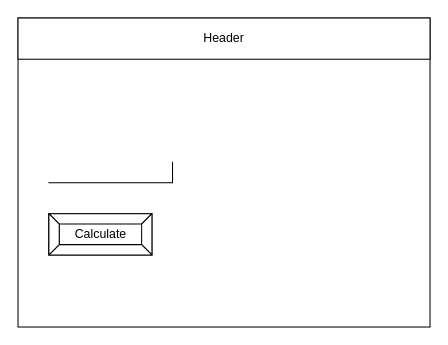
This is design/story-board.drawio from Ali-Mugamai/ICS20-A5-JS, a draw.io file, before an edit. Source tidied: cells renumbered, new cells numbered last; positions are measured from the earlier drawing's top-left corner, leaving out a move shared by most shapes. Both pictures are drawn from the tidied source at 103%, with x=0, y=0 at pixel (18, 18).
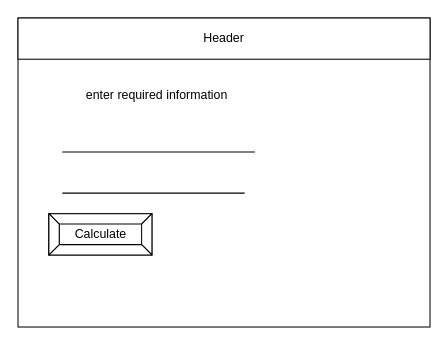
Above is the later version.

Diff of the diagram source:
```diff
@@
 <mxGraphModel>
   <root>
     <mxCell id="0" />
     <mxCell id="1" parent="0" />
     <mxCell id="2" style="rounded=0;whiteSpace=wrap;html=1;" parent="1" vertex="1">
       <mxGeometry width="400" height="300" as="geometry" />
     </mxCell>
     <mxCell id="3" value="Header" style="rounded=0;whiteSpace=wrap;html=1;" parent="1" vertex="1">
       <mxGeometry width="400" height="40" as="geometry" />
     </mxCell>
-    <mxCell id="4" style="shape=partialRectangle;whiteSpace=wrap;html=1;top=0;left=0;fillColor=none;" parent="1" vertex="1">
-      <mxGeometry x="30" y="140" width="120" height="20" as="geometry" />
-    </mxCell>
     <mxCell id="5" value="Calculate" style="labelPosition=center;verticalLabelPosition=middle;align=center;html=1;shape=mxgraph.basic.button;dx=10;" parent="1" vertex="1">
       <mxGeometry x="30" y="190" width="100" height="40" as="geometry" />
     </mxCell>
+    <mxCell id="6" style="endArrow=none;html=1;" parent="1" edge="1">
+      <mxGeometry relative="1" as="geometry">
+        <mxPoint x="50" y="170" as="sourcePoint" />
+        <mxPoint x="220" y="170" as="targetPoint" />
+        <Array as="points">
+          <mxPoint x="40" y="170" />
+        </Array>
+      </mxGeometry>
+    </mxCell>
+    <mxCell id="7" style="endArrow=none;html=1;" parent="1" edge="1">
+      <mxGeometry relative="1" as="geometry">
+        <mxPoint x="50" y="130" as="sourcePoint" />
+        <mxPoint x="230" y="130" as="targetPoint" />
+        <Array as="points">
+          <mxPoint x="40" y="130" />
+        </Array>
+      </mxGeometry>
+    </mxCell>
+    <mxCell id="8" value="enter required information&lt;br&gt;" style="text;html=1;strokeColor=none;fillColor=none;align=center;verticalAlign=middle;whiteSpace=wrap;rounded=0;" parent="1" vertex="1">
+      <mxGeometry x="20" y="60" width="230" height="30" as="geometry" />
+    </mxCell>
   </root>
 </mxGraphModel>
```
